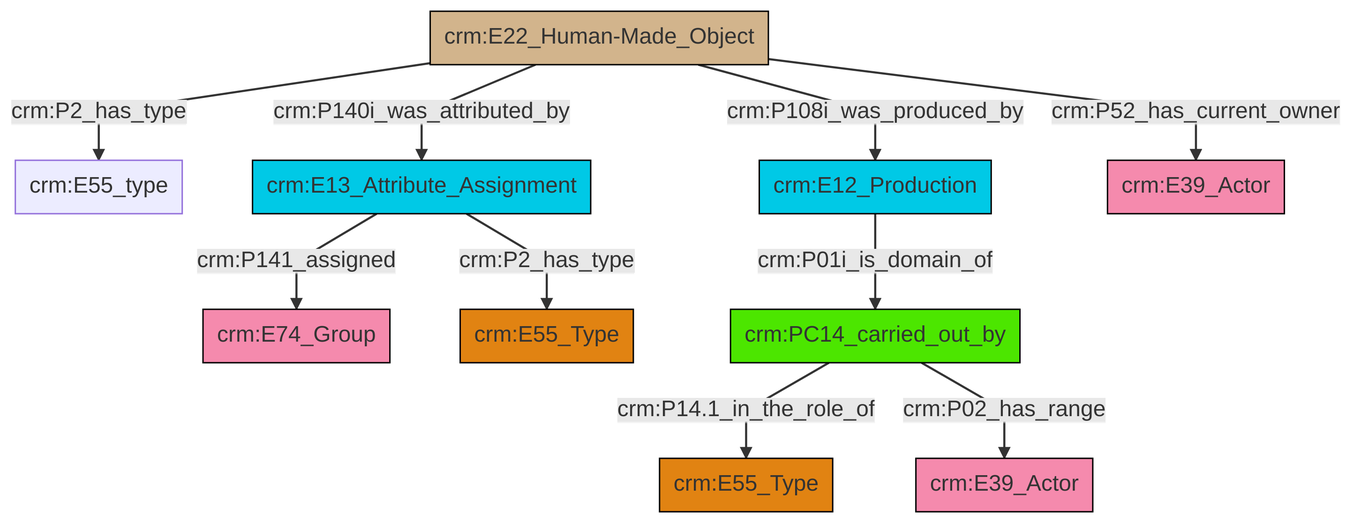
Earlier version of the Mermaid export et/builtWorkCSV/ttl/mmd/png/Built_Work_actor_relations.png (swiss-art-research-net/docs.swissartresearch). Its source is kept beside it as et/builtWorkCSV/ttl/mmd/Built_Work_actor_relations.ttl.mmd.
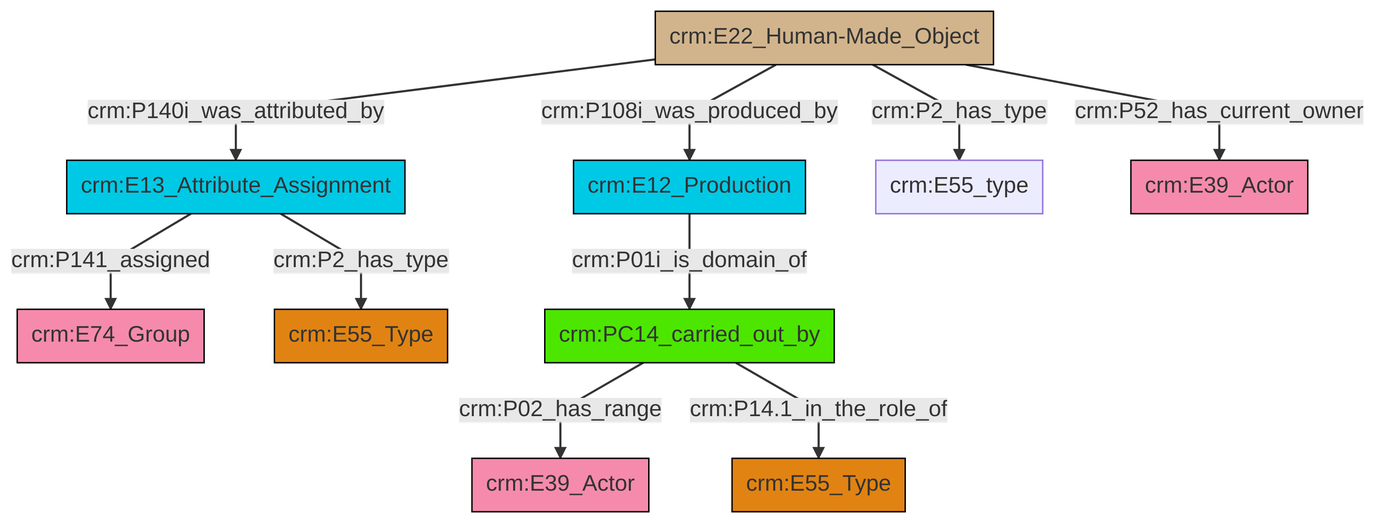
The same diagram one commit later.

What changed in the source:
```diff
@@ -13,12 +13,12 @@
 classDef PC_Classes fill:#4ce600, stroke:#000000;
 classDef Multi fill:#cccccc,stroke:#000000;
 
-0["crm:E22_Human-Made_Object"]:::Physical_Thing -->|crm:P2_has_type| 1["crm:E55_type"]:::Default
-5["crm:PC14_carried_out_by"]:::PC_Classes -->|crm:P14.1_in_the_role_of| 6["crm:E55_Type"]:::Type
-5["crm:PC14_carried_out_by"]:::PC_Classes -->|crm:P02_has_range| 7["crm:E39_Actor"]:::Actor
+2["crm:E12_Production"]:::Temporal_Entity -->|crm:P01i_is_domain_of| 3["crm:PC14_carried_out_by"]:::PC_Classes
+3["crm:PC14_carried_out_by"]:::PC_Classes -->|crm:P02_has_range| 4["crm:E39_Actor"]:::Actor
 8["crm:E13_Attribute_Assignment"]:::Temporal_Entity -->|crm:P141_assigned| 9["crm:E74_Group"]:::Actor
-0["crm:E22_Human-Made_Object"]:::Physical_Thing -->|crm:P140i_was_attributed_by| 8["crm:E13_Attribute_Assignment"]:::Temporal_Entity
-0["crm:E22_Human-Made_Object"]:::Physical_Thing -->|crm:P108i_was_produced_by| 10["crm:E12_Production"]:::Temporal_Entity
-8["crm:E13_Attribute_Assignment"]:::Temporal_Entity -->|crm:P2_has_type| 3["crm:E55_Type"]:::Type
-0["crm:E22_Human-Made_Object"]:::Physical_Thing -->|crm:P52_has_current_owner| 13["crm:E39_Actor"]:::Actor
-10["crm:E12_Production"]:::Temporal_Entity -->|crm:P01i_is_domain_of| 5["crm:PC14_carried_out_by"]:::PC_Classes
+6["crm:E22_Human-Made_Object"]:::Physical_Thing -->|crm:P140i_was_attributed_by| 8["crm:E13_Attribute_Assignment"]:::Temporal_Entity
+6["crm:E22_Human-Made_Object"]:::Physical_Thing -->|crm:P108i_was_produced_by| 2["crm:E12_Production"]:::Temporal_Entity
+6["crm:E22_Human-Made_Object"]:::Physical_Thing -->|crm:P2_has_type| 10["crm:E55_type"]:::Default
+3["crm:PC14_carried_out_by"]:::PC_Classes -->|crm:P14.1_in_the_role_of| 18["crm:E55_Type"]:::Type
+6["crm:E22_Human-Made_Object"]:::Physical_Thing -->|crm:P52_has_current_owner| 13["crm:E39_Actor"]:::Actor
+8["crm:E13_Attribute_Assignment"]:::Temporal_Entity -->|crm:P2_has_type| 0["crm:E55_Type"]:::Type
```
